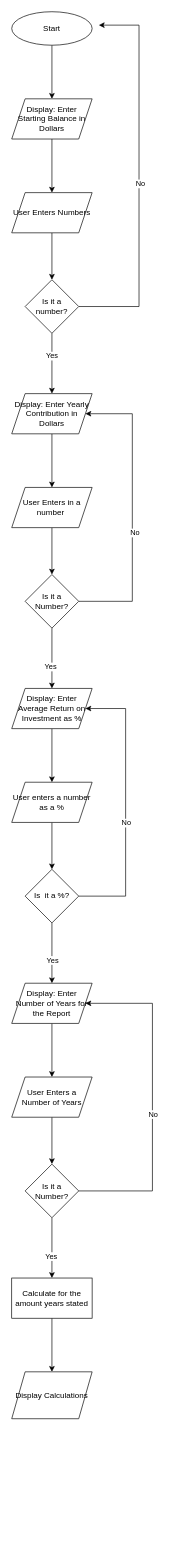
Above: Stock Market Savings.drawio in ip1200-Wilson/First-repository (draw.io), before the change. Source tidied: cells renumbered, new cells numbered last; positions are measured from the earlier drawing's top-left corner, leaving out a move shared by most shapes. Both pictures are drawn from the tidied source at 67%, with x=0, y=0 at pixel (11, 11).
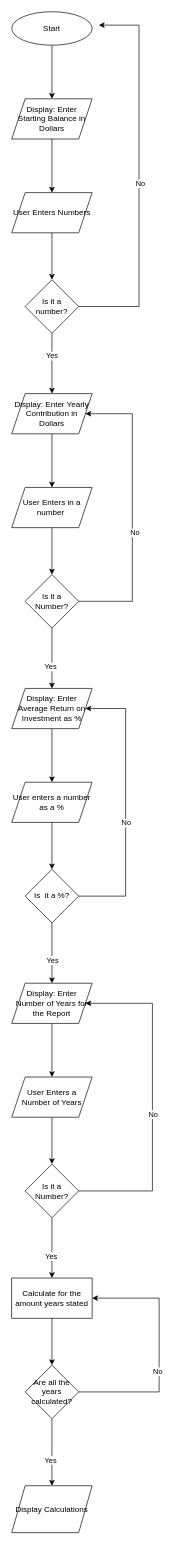
The same diagram, later.

The change refers to these unchanged cells:
```xml
<mxCell id="41" value="Calculate for the amount years stated" style="whiteSpace=wrap;html=1;" parent="1" vertex="1">
  <mxGeometry y="1890" width="120" height="60" as="geometry" />
</mxCell>
```

Diff of the diagram source:
```diff
@@
-    <mxCell id="40" style="edgeStyle=orthogonalEdgeStyle;rounded=0;jettySize=auto;html=1;" parent="1" edge="1" source="41" target="42">
-      <mxGeometry relative="1" as="geometry" />
-    </mxCell>
+    <mxCell id="43" style="edgeStyle=orthogonalEdgeStyle;rounded=0;jettySize=auto;html=1;entryX=0.5;entryY=0;entryDx=0;entryDy=0;" parent="1" edge="1" source="41" target="48">
+      <mxGeometry relative="1" as="geometry" />
+    </mxCell>
@@
     <mxCell id="42" value="Display Calculations" style="shape=parallelogram;perimeter=parallelogramPerimeter;whiteSpace=wrap;html=1;fixedSize=1;" parent="1" vertex="1">
-      <mxGeometry y="2030" width="120" height="70" as="geometry" />
+      <mxGeometry y="2200" width="120" height="70" as="geometry" />
     </mxCell>
+    <mxCell id="44" style="edgeStyle=orthogonalEdgeStyle;rounded=0;jettySize=auto;html=1;entryX=0.5;entryY=0;entryDx=0;entryDy=0;" parent="1" edge="1" source="48" target="42">
+      <mxGeometry relative="1" as="geometry">
+        <Array as="points">
+          <mxPoint x="60" y="2140" />
+          <mxPoint x="60" y="2140" />
+        </Array>
+      </mxGeometry>
+    </mxCell>
+    <mxCell id="45" value="Yes" style="edgeLabel;html=1;align=center;verticalAlign=middle;" parent="44" vertex="1">
+      <mxGeometry x="0.22" y="-3" relative="1" as="geometry" />
+    </mxCell>
+    <mxCell id="46" style="edgeStyle=orthogonalEdgeStyle;rounded=0;jettySize=auto;html=1;entryX=1;entryY=0.5;entryDx=0;entryDy=0;" parent="1" edge="1" source="48" target="41">
+      <mxGeometry relative="1" as="geometry">
+        <Array as="points">
+          <mxPoint x="220" y="2060" />
+          <mxPoint x="220" y="1920" />
+        </Array>
+      </mxGeometry>
+    </mxCell>
+    <mxCell id="47" value="No" style="edgeLabel;html=1;align=center;verticalAlign=middle;" parent="46" vertex="1">
+      <mxGeometry x="-0.16" y="3" relative="1" as="geometry" />
+    </mxCell>
+    <mxCell id="48" value="Are all the years calculated?" style="rhombus;whiteSpace=wrap;html=1;" parent="1" vertex="1">
+      <mxGeometry x="20" y="2020" width="80" height="80" as="geometry" />
+    </mxCell>
```
